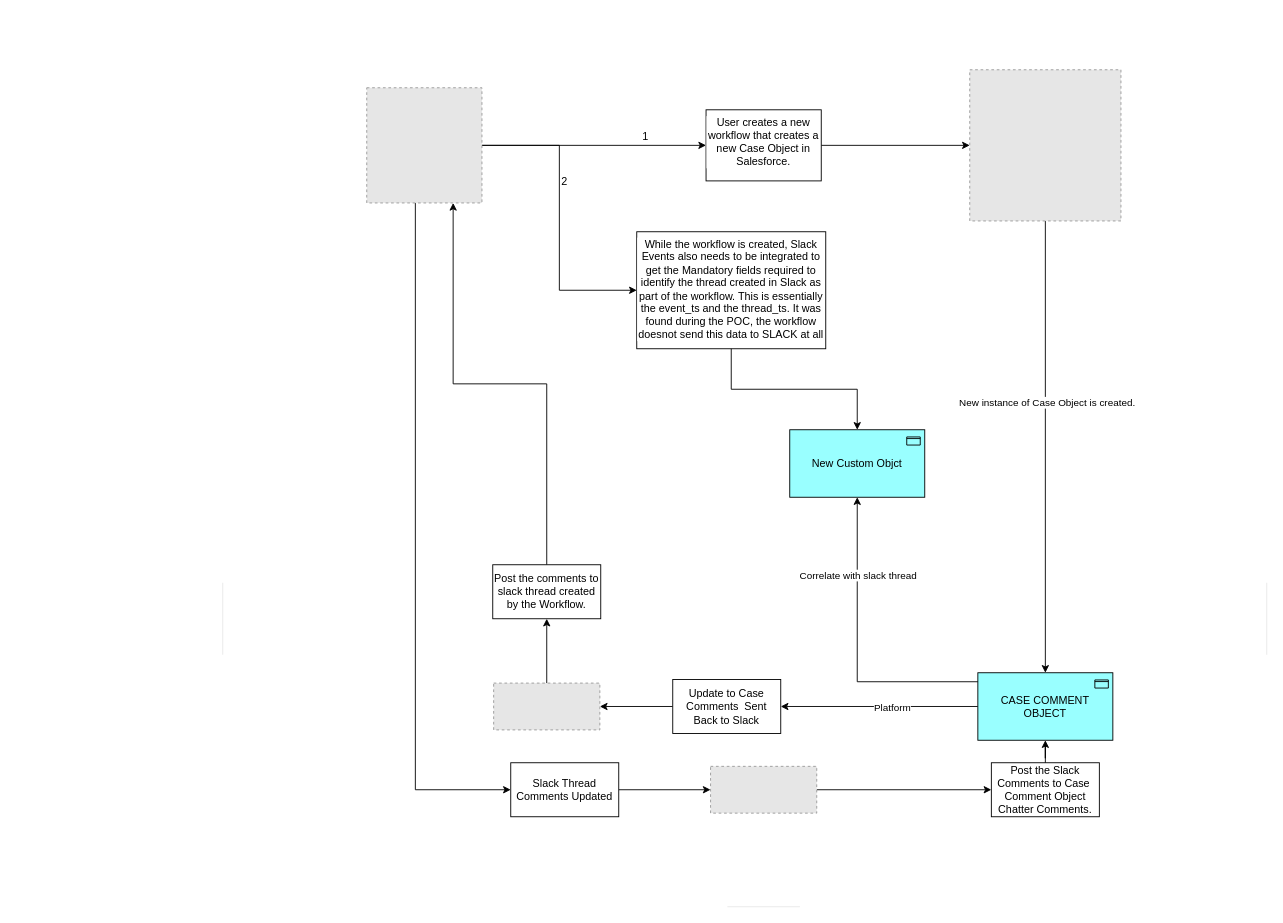
Earlier version of the draw.io diagram Untitled Diagram.drawio (sumanchatterjee3/draw-io). Source tidied: cells renumbered, new cells numbered last; positions are measured from the earlier drawing's top-left corner, leaving out a move shared by most shapes. Both pictures are drawn from the tidied source at 90%, with x=0, y=0 at pixel (222, 69). Pictures stored in the file or linked from it are replaced by grey dashed boxes.
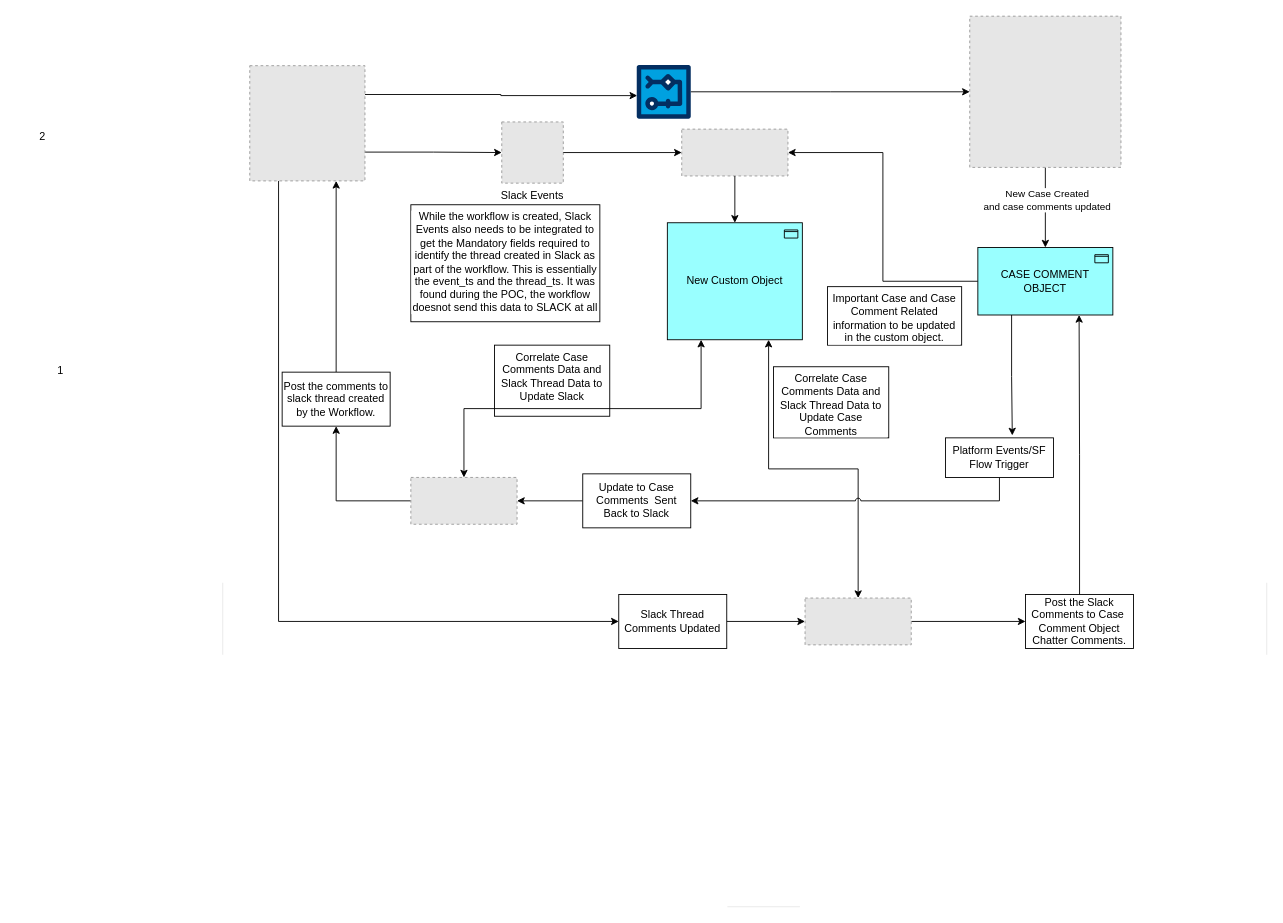
After the change.

Unchanged cells that the change refers to:
```xml
<mxCell id="6" style="edgeStyle=orthogonalEdgeStyle;rounded=0;jettySize=auto;html=1;entryX=0.5;entryY=0;entryDx=0;entryDy=0;entryPerimeter=0;" parent="1" edge="1" source="8" target="17">
  <mxGeometry relative="1" as="geometry" />
</mxCell>
```

What changed in the source:
```diff
@@
-    <mxCell id="2" style="edgeStyle=orthogonalEdgeStyle;rounded=0;jettySize=auto;html=1;" parent="1" edge="1" source="5" target="10">
+    <mxCell id="2" style="edgeStyle=orthogonalEdgeStyle;rounded=0;jettySize=auto;html=1;entryX=0.009;entryY=0.571;entryDx=0;entryDy=0;entryPerimeter=0;exitX=1;exitY=0.25;exitDx=0;exitDy=0;" parent="1" edge="1" source="5" target="41">
       <mxGeometry relative="1" as="geometry" />
     </mxCell>
+    <mxCell id="37" style="edgeStyle=orthogonalEdgeStyle;rounded=0;jettySize=auto;html=1;entryX=0;entryY=0.5;entryDx=0;entryDy=0;exitX=1;exitY=0.75;exitDx=0;exitDy=0;" parent="1" edge="1" source="5" target="43">
+      <mxGeometry relative="1" as="geometry" />
+    </mxCell>
-    <mxCell id="3" style="edgeStyle=orthogonalEdgeStyle;rounded=0;jettySize=auto;html=1;entryX=0;entryY=0.5;entryDx=0;entryDy=0;" parent="1" edge="1" source="5" target="21">
-      <mxGeometry relative="1" as="geometry">
-        <Array as="points">
-          <mxPoint x="214" y="800" />
-        </Array>
-      </mxGeometry>
+    <mxCell id="3" style="edgeStyle=orthogonalEdgeStyle;rounded=0;jettySize=auto;html=1;entryX=0;entryY=0.5;entryDx=0;entryDy=0;exitX=0.25;exitY=1;exitDx=0;exitDy=0;" parent="1" edge="1" source="5" target="21">
+      <mxGeometry relative="1" as="geometry" />
     </mxCell>
-    <mxCell id="4" style="edgeStyle=orthogonalEdgeStyle;rounded=0;jettySize=auto;html=1;entryX=0;entryY=0.5;entryDx=0;entryDy=0;" parent="1" edge="1" source="5" target="30">
-      <mxGeometry relative="1" as="geometry" />
-    </mxCell>
     <mxCell id="5" style="fillColor=#E6E6E6;strokeColor=#999999;dashed=1;html=1;verticalAlign=top;verticalLabelPosition=bottom;labelBackgroundColor=#ffffff;" parent="1" vertex="1">
-      <mxGeometry x="160" y="20" width="128" height="128" as="geometry" />
+      <mxGeometry x="30" y="-4.5" width="128" height="128" as="geometry" />
     </mxCell>
@@
-    <mxCell id="7" value="New instance of Case Object is created." style="edgeLabel;html=1;align=center;verticalAlign=middle;" parent="6" vertex="1">
+    <mxCell id="7" value="New Case Created&lt;br&gt;and case comments updated" style="edgeLabel;html=1;align=center;verticalAlign=middle;" parent="6" vertex="1">
       <mxGeometry x="-0.2" y="1" relative="1" as="geometry" />
     </mxCell>
     <mxCell id="8" style="fillColor=#E6E6E6;strokeColor=#999999;dashed=1;verticalLabelPosition=bottom;verticalAlign=top;" parent="1" vertex="1">
-      <mxGeometry x="830" width="168" height="168" as="geometry" />
+      <mxGeometry x="830" y="-59.5" width="168" height="168" as="geometry" />
     </mxCell>
-    <mxCell id="9" style="edgeStyle=orthogonalEdgeStyle;rounded=0;jettySize=auto;html=1;" parent="1" edge="1" source="10" target="8">
-      <mxGeometry relative="1" as="geometry" />
-    </mxCell>
-    <mxCell id="10" value="User creates a new workflow that creates a new Case Object in Salesforce." style="whiteSpace=wrap;html=1;verticalAlign=top;labelBackgroundColor=#ffffff;" parent="1" vertex="1">
-      <mxGeometry x="537" y="44.5" width="128" height="79" as="geometry" />
-    </mxCell>
@@
     <mxCell id="12" style="fillColor=#E6E6E6;strokeColor=#999999;dashed=1;verticalLabelPosition=bottom;verticalAlign=top;" parent="1" vertex="1">
-      <mxGeometry x="301" y="681.5" width="118" height="52" as="geometry" />
+      <mxGeometry x="209" y="453" width="118" height="52" as="geometry" />
     </mxCell>
@@
     <mxCell id="14" value="Update to Case Comments&amp;nbsp; Sent Back to Slack" style="rounded=0;whiteSpace=wrap;html=1;" parent="1" vertex="1">
-      <mxGeometry x="500" y="677.5" width="120" height="60" as="geometry" />
+      <mxGeometry x="400" y="449" width="120" height="60" as="geometry" />
     </mxCell>
-    <mxCell id="15" style="edgeStyle=orthogonalEdgeStyle;rounded=0;jettySize=auto;html=1;entryX=1;entryY=0.5;entryDx=0;entryDy=0;" parent="1" edge="1" source="17" target="14">
-      <mxGeometry relative="1" as="geometry" />
-    </mxCell>
-    <mxCell id="16" value="Platform" style="edgeLabel;html=1;align=center;verticalAlign=middle;" parent="15" vertex="1">
-      <mxGeometry x="-0.12" y="1" relative="1" as="geometry" />
-    </mxCell>
+    <mxCell id="38" style="edgeStyle=orthogonalEdgeStyle;rounded=0;jettySize=auto;html=1;entryX=1;entryY=0.5;entryDx=0;entryDy=0;" parent="1" edge="1" source="17" target="51">
+      <mxGeometry relative="1" as="geometry" />
+    </mxCell>
     <mxCell id="17" value="CASE COMMENT&lt;br&gt;OBJECT" style="html=1;outlineConnect=0;whiteSpace=wrap;fillColor=#99ffff;shape=mxgraph.archimate3.application;appType=passive;archiType=square;" parent="1" vertex="1">
-      <mxGeometry x="839" y="670" width="150" height="75" as="geometry" />
+      <mxGeometry x="839" y="197.5" width="150" height="75" as="geometry" />
     </mxCell>
@@
     <mxCell id="19" value="Post the comments to slack thread created by the Workflow." style="rounded=0;whiteSpace=wrap;html=1;" parent="1" vertex="1">
-      <mxGeometry x="300" y="550" width="120" height="60" as="geometry" />
+      <mxGeometry x="66" y="336" width="120" height="60" as="geometry" />
     </mxCell>
@@
     <mxCell id="21" value="Slack Thread Comments Updated" style="rounded=0;whiteSpace=wrap;html=1;" parent="1" vertex="1">
-      <mxGeometry x="320" y="770" width="120" height="60" as="geometry" />
+      <mxGeometry x="440" y="583" width="120" height="60" as="geometry" />
     </mxCell>
     <mxCell id="22" value="Post the Slack Comments to Case&amp;nbsp; Comment Object Chatter Comments." style="rounded=0;whiteSpace=wrap;html=1;" parent="1" vertex="1">
-      <mxGeometry x="854" y="770" width="120" height="60" as="geometry" />
+      <mxGeometry x="892" y="583" width="120" height="60" as="geometry" />
     </mxCell>
@@
     <mxCell id="24" style="fillColor=#E6E6E6;strokeColor=#999999;dashed=1;verticalLabelPosition=bottom;verticalAlign=top;" parent="1" vertex="1">
-      <mxGeometry x="542" y="774" width="118" height="52" as="geometry" />
+      <mxGeometry x="647" y="587" width="118" height="52" as="geometry" />
     </mxCell>
-    <mxCell id="25" style="edgeStyle=orthogonalEdgeStyle;rounded=0;jettySize=auto;html=1;entryX=0.5;entryY=1;entryDx=0;entryDy=0;entryPerimeter=0;" parent="1" edge="1" source="22" target="17">
+    <mxCell id="25" style="edgeStyle=orthogonalEdgeStyle;rounded=0;jettySize=auto;html=1;entryX=0.75;entryY=1;entryDx=0;entryDy=0;entryPerimeter=0;" parent="1" edge="1" source="22" target="17">
       <mxGeometry relative="1" as="geometry" />
     </mxCell>
@@
     <mxCell id="30" value="While the workflow is created, Slack Events also needs to be integrated to get the Mandatory fields required to identify the thread created in Slack as part of the workflow. This is essentially the event_ts and the thread_ts. It was found during the POC, the workflow doesnot send this data to SLACK at all" style="whiteSpace=wrap;html=1;verticalAlign=top;labelBackgroundColor=#ffffff;" parent="1" vertex="1">
-      <mxGeometry x="460" y="180" width="210" height="130" as="geometry" />
+      <mxGeometry x="209" y="150" width="210" height="130" as="geometry" />
     </mxCell>
+    <mxCell id="39" style="edgeStyle=orthogonalEdgeStyle;rounded=0;jettySize=auto;html=1;exitX=0.75;exitY=1;exitDx=0;exitDy=0;exitPerimeter=0;entryX=0.5;entryY=0;entryDx=0;entryDy=0;jumpStyle=arc;startArrow=classic;startFill=1;" parent="1" edge="1" source="31" target="24">
+      <mxGeometry relative="1" as="geometry" />
+    </mxCell>
-    <mxCell id="31" value="New Custom Objct" style="html=1;outlineConnect=0;whiteSpace=wrap;fillColor=#99ffff;shape=mxgraph.archimate3.application;appType=passive;archiType=square;" parent="1" vertex="1">
-      <mxGeometry x="630" y="400" width="150" height="75" as="geometry" />
+    <mxCell id="31" value="New Custom Object" style="html=1;outlineConnect=0;whiteSpace=wrap;fillColor=#99ffff;shape=mxgraph.archimate3.application;appType=passive;archiType=square;" parent="1" vertex="1">
+      <mxGeometry x="494" y="170" width="150" height="130" as="geometry" />
     </mxCell>
-    <mxCell id="32" style="edgeStyle=orthogonalEdgeStyle;rounded=0;jettySize=auto;html=1;entryX=0.5;entryY=0;entryDx=0;entryDy=0;entryPerimeter=0;" parent="1" edge="1" source="30" target="31">
-      <mxGeometry relative="1" as="geometry" />
-    </mxCell>
-    <mxCell id="33" style="edgeStyle=orthogonalEdgeStyle;rounded=0;jettySize=auto;html=1;entryX=0.5;entryY=1;entryDx=0;entryDy=0;entryPerimeter=0;" parent="1" edge="1" source="17" target="31">
-      <mxGeometry relative="1" as="geometry">
-        <Array as="points">
-          <mxPoint x="705" y="680" />
-        </Array>
-      </mxGeometry>
-    </mxCell>
-    <mxCell id="34" value="Correlate with slack thread" style="edgeLabel;html=1;align=center;verticalAlign=middle;" parent="33" vertex="1">
-      <mxGeometry x="0.49" relative="1" as="geometry" />
-    </mxCell>
     <mxCell id="35" value="2" style="text;html=1;strokeColor=none;fillColor=none;align=center;verticalAlign=middle;whiteSpace=wrap;rounded=0;" parent="1" vertex="1">
-      <mxGeometry x="350" y="110" width="60" height="30" as="geometry" />
+      <mxGeometry x="-230" y="60" width="60" height="30" as="geometry" />
     </mxCell>
     <mxCell id="36" value="1&lt;br&gt;" style="text;html=1;strokeColor=none;fillColor=none;align=center;verticalAlign=middle;whiteSpace=wrap;rounded=0;" parent="1" vertex="1">
-      <mxGeometry x="440" y="60" width="60" height="30" as="geometry" />
+      <mxGeometry x="-210" y="320" width="60" height="30" as="geometry" />
     </mxCell>
+    <mxCell id="40" style="edgeStyle=orthogonalEdgeStyle;rounded=0;jettySize=auto;html=1;" parent="1" edge="1" source="41" target="8">
+      <mxGeometry relative="1" as="geometry" />
+    </mxCell>
+    <mxCell id="41" style="verticalLabelPosition=bottom;html=1;shape=mxgraph.salesforce.workflow;" parent="1" vertex="1">
+      <mxGeometry x="460" y="-5.5" width="60" height="60" as="geometry" />
+    </mxCell>
+    <mxCell id="42" value="Correlate Case Comments Data and Slack Thread Data to Update Slack" style="whiteSpace=wrap;html=1;verticalAlign=top;labelBackgroundColor=#ffffff;" parent="1" vertex="1">
+      <mxGeometry x="302" y="306" width="128" height="79" as="geometry" />
+    </mxCell>
+    <mxCell id="43" value="Slack Events" style="fillColor=#E6E6E6;strokeColor=#999999;dashed=1;verticalLabelPosition=bottom;verticalAlign=top;" parent="1" vertex="1">
+      <mxGeometry x="310" y="58" width="68.4" height="68" as="geometry" />
+    </mxCell>
+    <mxCell id="44" style="edgeStyle=orthogonalEdgeStyle;rounded=0;jettySize=auto;html=1;entryX=0;entryY=0.5;entryDx=0;entryDy=0;" parent="1" edge="1" source="43" target="51">
+      <mxGeometry relative="1" as="geometry" />
+    </mxCell>
+    <mxCell id="45" value="Important Case and Case Comment Related information to be updated in the custom object." style="whiteSpace=wrap;html=1;verticalAlign=top;labelBackgroundColor=#ffffff;" parent="1" vertex="1">
+      <mxGeometry x="672" y="241" width="149" height="65" as="geometry" />
+    </mxCell>
+    <mxCell id="46" style="edgeStyle=orthogonalEdgeStyle;rounded=0;jettySize=auto;html=1;exitX=0.25;exitY=1;exitDx=0;exitDy=0;exitPerimeter=0;entryX=0.5;entryY=0;entryDx=0;entryDy=0;startArrow=classic;startFill=1;" parent="1" edge="1" source="31" target="12">
+      <mxGeometry relative="1" as="geometry" />
+    </mxCell>
+    <mxCell id="47" value="Correlate Case Comments Data and Slack Thread Data to Update Case Comments" style="whiteSpace=wrap;html=1;verticalAlign=top;labelBackgroundColor=#ffffff;" parent="1" vertex="1">
+      <mxGeometry x="612" y="330" width="128" height="79" as="geometry" />
+    </mxCell>
+    <mxCell id="48" style="edgeStyle=orthogonalEdgeStyle;rounded=0;jettySize=auto;html=1;entryX=0.619;entryY=-0.062;entryDx=0;entryDy=0;exitX=0.25;exitY=1;exitDx=0;exitDy=0;exitPerimeter=0;entryPerimeter=0;" parent="1" edge="1" source="17" target="50">
+      <mxGeometry relative="1" as="geometry" />
+    </mxCell>
+    <mxCell id="49" style="edgeStyle=orthogonalEdgeStyle;rounded=0;jettySize=auto;html=1;entryX=1;entryY=0.5;entryDx=0;entryDy=0;exitX=0.5;exitY=1;exitDx=0;exitDy=0;jumpStyle=arc;" parent="1" edge="1" source="50" target="14">
+      <mxGeometry relative="1" as="geometry" />
+    </mxCell>
+    <mxCell id="50" value="Platform Events/SF Flow Trigger" style="rounded=0;whiteSpace=wrap;html=1;" parent="1" vertex="1">
+      <mxGeometry x="803" y="409" width="120" height="44" as="geometry" />
+    </mxCell>
+    <mxCell id="51" style="fillColor=#E6E6E6;strokeColor=#999999;dashed=1;verticalLabelPosition=bottom;verticalAlign=top;" parent="1" vertex="1">
+      <mxGeometry x="510" y="66" width="118" height="52" as="geometry" />
+    </mxCell>
+    <mxCell id="52" style="edgeStyle=orthogonalEdgeStyle;rounded=0;jettySize=auto;html=1;entryX=0.5;entryY=0;entryDx=0;entryDy=0;entryPerimeter=0;" parent="1" edge="1" source="51" target="31">
+      <mxGeometry relative="1" as="geometry" />
+    </mxCell>
```
